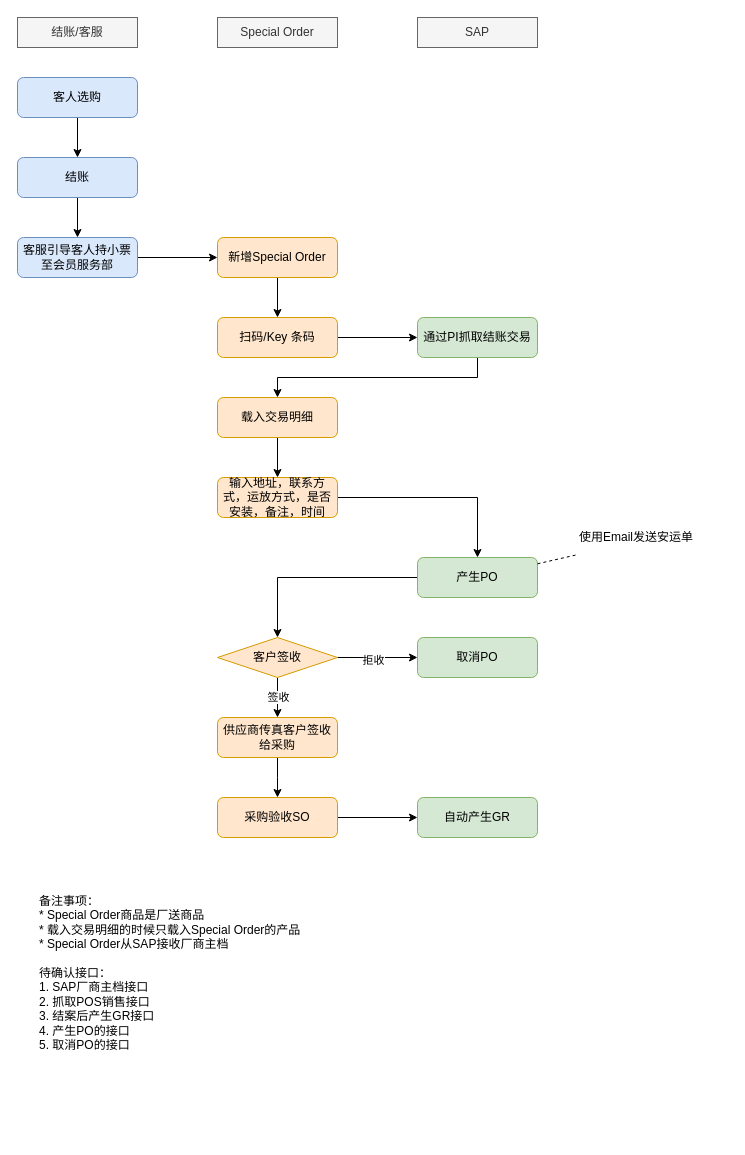
Earlier version of the draw.io diagram Special Order.drawio (luss613/draw.io). Source tidied: cells renumbered, new cells numbered last; positions are measured from the earlier drawing's top-left corner, leaving out a move shared by most shapes. Both pictures are drawn from the tidied source at 100%, with x=0, y=0 at pixel (17, 17).
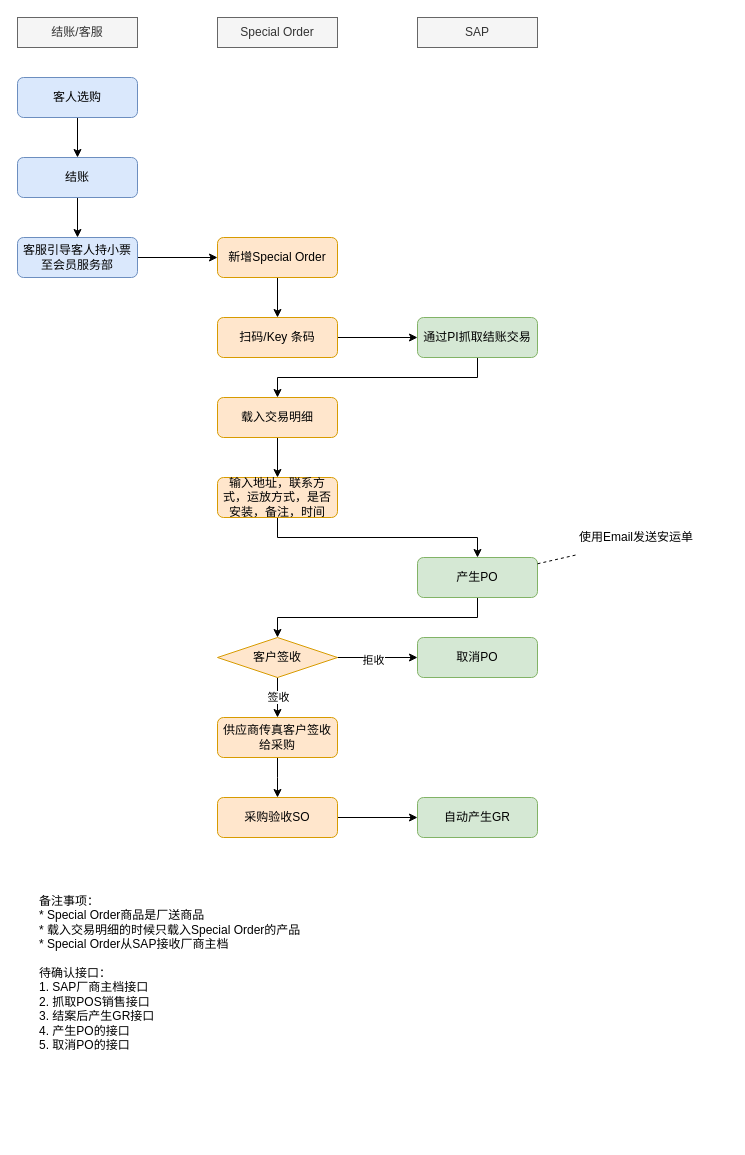
The same page after the edit.

Unchanged cells that the change refers to:
```xml
<mxCell id="17" value="输入地址，联系方式，运放方式，是否安装，备注，时间" style="rounded=1;whiteSpace=wrap;html=1;fontSize=12;glass=0;strokeWidth=1;shadow=0;fillColor=#ffe6cc;strokeColor=#d79b00;" parent="1" vertex="1">
  <mxGeometry x="200" y="460" width="120" height="40" as="geometry" />
</mxCell>
<mxCell id="22" value="客户签收" style="rhombus;whiteSpace=wrap;html=1;fillColor=#ffe6cc;strokeColor=#d79b00;" parent="1" vertex="1">
  <mxGeometry x="200" y="620" width="120" height="40" as="geometry" />
</mxCell>
<mxCell id="24" value="产生PO" style="rounded=1;whiteSpace=wrap;html=1;fontSize=12;glass=0;strokeWidth=1;shadow=0;fillColor=#d5e8d4;strokeColor=#82b366;" parent="1" vertex="1">
  <mxGeometry x="400" y="540" width="120" height="40" as="geometry" />
</mxCell>
```

Change to the diagram source:
```diff
@@
-    <mxCell id="16" style="edgeStyle=orthogonalEdgeStyle;rounded=0;jettySize=auto;html=1;" parent="1" edge="1" source="17" target="24">
+    <mxCell id="16" style="edgeStyle=orthogonalEdgeStyle;rounded=0;jettySize=auto;html=1;exitX=0.5;exitY=1;exitDx=0;exitDy=0;" parent="1" edge="1" source="17" target="24">
       <mxGeometry relative="1" as="geometry" />
     </mxCell>
@@
-    <mxCell id="23" style="edgeStyle=orthogonalEdgeStyle;rounded=0;jettySize=auto;html=1;" parent="1" edge="1" source="24" target="22">
+    <mxCell id="23" style="edgeStyle=orthogonalEdgeStyle;rounded=0;jettySize=auto;html=1;exitX=0.5;exitY=1;exitDx=0;exitDy=0;" parent="1" edge="1" source="24" target="22">
       <mxGeometry relative="1" as="geometry" />
     </mxCell>
```
